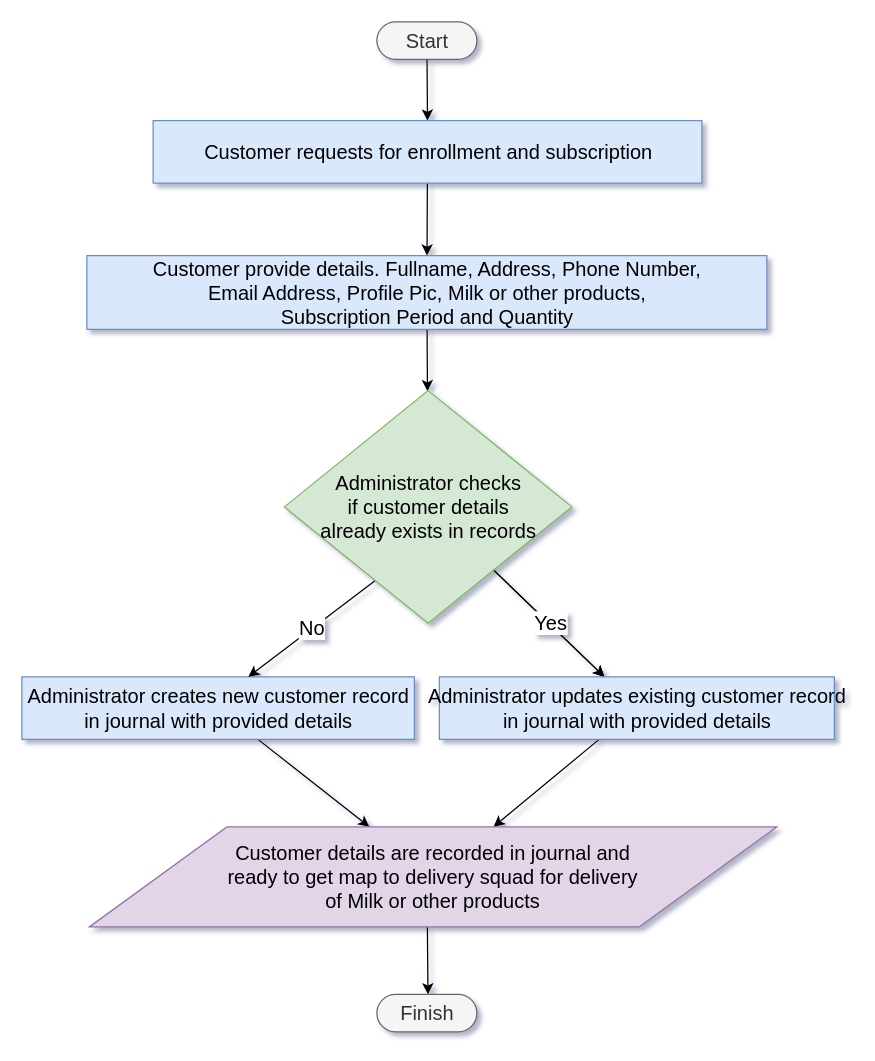
Above: docs/diagram/enroll_customer_process.drawio in dudhwalas/dudhwala (draw.io), before the change. Source tidied: cells renumbered, new cells numbered last; positions are measured from the earlier drawing's top-left corner, leaving out a move shared by most shapes. Both pictures are drawn from the tidied source at 125%, with x=0, y=0 at pixel (21, 21).
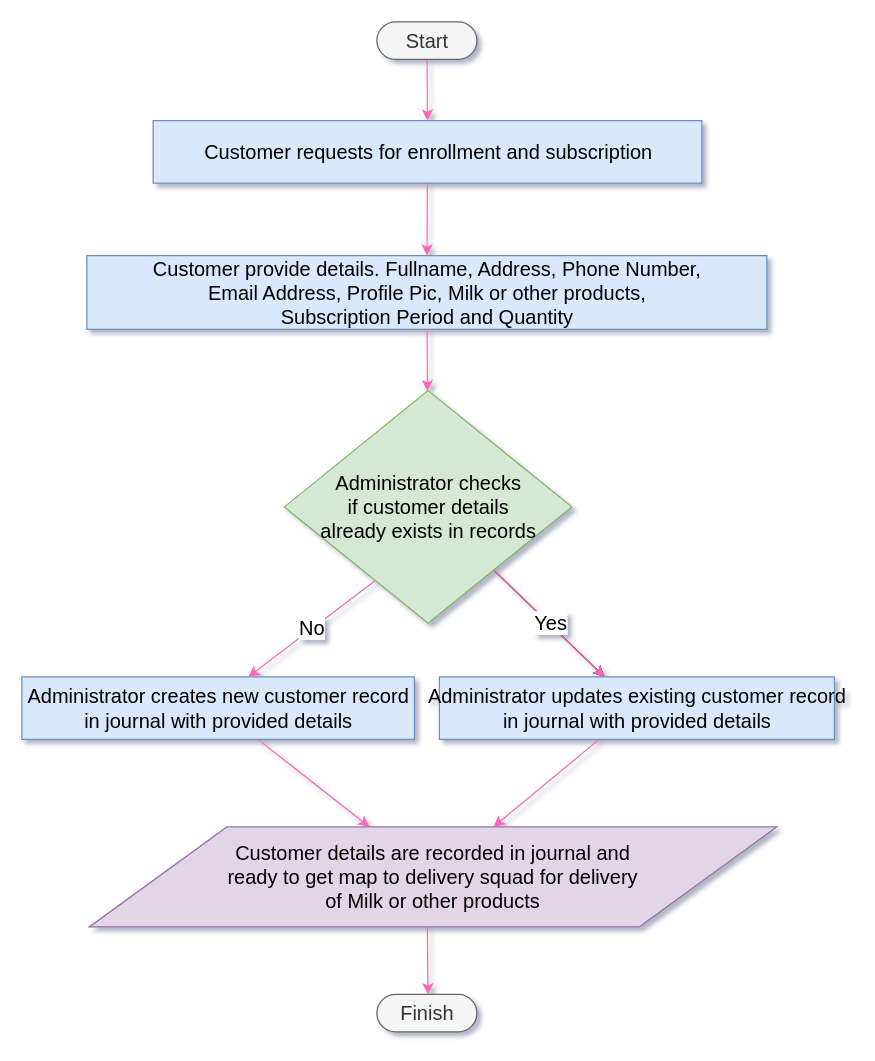
Above is the later version.

Unchanged cells that the change refers to:
```xml
<mxCell id="3" value="&lt;font style=&quot;font-size: 16px;&quot;&gt;Start&lt;/font&gt;" style="html=1;dashed=0;whitespace=wrap;shape=mxgraph.dfd.start;fillColor=#f5f5f5;fontColor=#333333;strokeColor=#666666;fontSize=16;" parent="1" vertex="1">
  <mxGeometry x="284" width="80" height="30" as="geometry" />
</mxCell>
<mxCell id="5" value="&lt;span class=&quot;nodeLabel&quot; style=&quot;font-size: 16px;&quot;&gt;Customer provide details. Fullname, Address, Phone Number, &lt;br style=&quot;font-size: 16px;&quot;&gt; Email Address, Profile Pic, Milk or other products, &lt;br style=&quot;font-size: 16px;&quot;&gt; Subscription Period and Quantity&lt;/span&gt;" style="html=1;dashed=0;whitespace=wrap;fillColor=#dae8fc;strokeColor=#6c8ebf;fontSize=16;" parent="1" vertex="1">
  <mxGeometry x="52" y="187" width="544" height="59" as="geometry" />
</mxCell>
<mxCell id="9" value="&lt;span class=&quot;nodeLabel&quot; style=&quot;font-size: 16px;&quot;&gt;Administrator checks &lt;br style=&quot;font-size: 16px;&quot;&gt; if customer details &lt;br style=&quot;font-size: 16px;&quot;&gt; already exists in records&lt;/span&gt;" style="shape=rhombus;html=1;dashed=0;whitespace=wrap;perimeter=rhombusPerimeter;fillColor=#d5e8d4;strokeColor=#82b366;fontSize=16;" parent="1" vertex="1">
  <mxGeometry x="210" y="295" width="230" height="186" as="geometry" />
</mxCell>
<mxCell id="11" value="&lt;span class=&quot;nodeLabel&quot; style=&quot;font-size: 16px;&quot;&gt;Administrator creates new customer record &lt;br style=&quot;font-size: 16px;&quot;&gt; in journal with provided details&lt;/span&gt;" style="html=1;dashed=0;whitespace=wrap;fillColor=#dae8fc;strokeColor=#6c8ebf;fontSize=16;" parent="1" vertex="1">
  <mxGeometry y="524" width="314" height="50" as="geometry" />
</mxCell>
<mxCell id="13" value="&lt;span class=&quot;nodeLabel&quot; style=&quot;font-size: 16px;&quot;&gt;Administrator updates existing customer record &lt;br style=&quot;font-size: 16px;&quot;&gt; in journal with provided details&lt;/span&gt;" style="html=1;dashed=0;whitespace=wrap;fillColor=#dae8fc;strokeColor=#6c8ebf;fontSize=16;" parent="1" vertex="1">
  <mxGeometry x="334" y="524" width="316" height="50" as="geometry" />
</mxCell>
<mxCell id="15" value="&lt;span class=&quot;nodeLabel&quot; style=&quot;font-size: 16px&quot;&gt;Customer details are recorded in journal and &lt;br&gt;ready to get map to delivery squad for delivery &lt;br&gt;of Milk or other products&lt;/span&gt;" style="shape=parallelogram;perimeter=parallelogramPerimeter;whiteSpace=wrap;html=1;dashed=0;fillColor=#e1d5e7;strokeColor=#9673a6;fontSize=16;" parent="1" vertex="1">
  <mxGeometry x="54" y="644" width="550" height="80" as="geometry" />
</mxCell>
<mxCell id="19" value="&lt;span class=&quot;nodeLabel&quot; style=&quot;font-size: 16px;&quot;&gt;Customer requests for enrollment and subscription&lt;/span&gt;" style="html=1;dashed=0;whitespace=wrap;fillColor=#dae8fc;strokeColor=#6c8ebf;fontSize=16;" parent="1" vertex="1">
  <mxGeometry x="105" y="79" width="439" height="50" as="geometry" />
</mxCell>
```

What changed in the source:
```diff
@@
-    <mxCell id="2" style="edgeStyle=none;html=1;fontSize=16;entryX=0.5;entryY=0;entryDx=0;entryDy=0;" parent="1" edge="1" source="3" target="19">
+    <mxCell id="2" style="edgeStyle=none;html=1;fontSize=16;entryX=0.5;entryY=0;entryDx=0;entryDy=0;strokeColor=#FF66B3;" parent="1" edge="1" source="3" target="19">
       <mxGeometry relative="1" as="geometry" />
     </mxCell>
@@
-    <mxCell id="4" style="edgeStyle=none;html=1;fontSize=16;" parent="1" edge="1" source="5" target="9">
+    <mxCell id="4" style="edgeStyle=none;html=1;fontSize=16;strokeColor=#FF66B3;" parent="1" edge="1" source="5" target="9">
       <mxGeometry relative="1" as="geometry" />
     </mxCell>
@@
-    <mxCell id="7" style="edgeStyle=none;html=1;fontSize=16;" parent="1" edge="1" source="9" target="13">
+    <mxCell id="7" style="edgeStyle=none;html=1;fontSize=16;strokeColor=#FF66B3;" parent="1" edge="1" source="9" target="13">
       <mxGeometry relative="1" as="geometry" />
     </mxCell>
@@
-    <mxCell id="10" style="edgeStyle=none;html=1;fontSize=16;" parent="1" edge="1" source="11" target="15">
+    <mxCell id="10" style="edgeStyle=none;html=1;fontSize=16;strokeColor=#FF66B3;" parent="1" edge="1" source="11" target="15">
       <mxGeometry relative="1" as="geometry" />
     </mxCell>
@@
-    <mxCell id="12" style="edgeStyle=none;html=1;fontSize=16;" parent="1" edge="1" source="13" target="15">
+    <mxCell id="12" style="edgeStyle=none;html=1;fontSize=16;strokeColor=#FF66B3;" parent="1" edge="1" source="13" target="15">
       <mxGeometry relative="1" as="geometry" />
     </mxCell>
@@
-    <mxCell id="14" style="edgeStyle=none;html=1;fontSize=16;" parent="1" edge="1">
+    <mxCell id="14" style="edgeStyle=none;html=1;fontSize=16;strokeColor=#FF66B3;" parent="1" edge="1">
       <mxGeometry relative="1" as="geometry">
         <mxPoint x="324.4" y="724" as="sourcePoint" />
         <mxPoint x="324.9" y="778" as="targetPoint" />
       </mxGeometry>
     </mxCell>
@@
-    <mxCell id="17" value="No" style="edgeStyle=none;html=1;entryX=0.577;entryY=0;entryDx=0;entryDy=0;entryPerimeter=0;exitX=0.314;exitY=0.819;exitDx=0;exitDy=0;exitPerimeter=0;fontSize=16;" parent="1" edge="1" source="9" target="11">
+    <mxCell id="17" value="No" style="edgeStyle=none;html=1;entryX=0.577;entryY=0;entryDx=0;entryDy=0;entryPerimeter=0;exitX=0.314;exitY=0.819;exitDx=0;exitDy=0;exitPerimeter=0;fontSize=16;strokeColor=#FF66B3;" parent="1" edge="1" source="9" target="11">
       <mxGeometry relative="1" as="geometry" />
     </mxCell>
-    <mxCell id="18" style="edgeStyle=none;html=1;fontSize=16;" parent="1" edge="1" source="19" target="5">
+    <mxCell id="18" style="edgeStyle=none;html=1;fontSize=16;strokeColor=#FF66B3;" parent="1" edge="1" source="19" target="5">
       <mxGeometry relative="1" as="geometry" />
     </mxCell>
```
